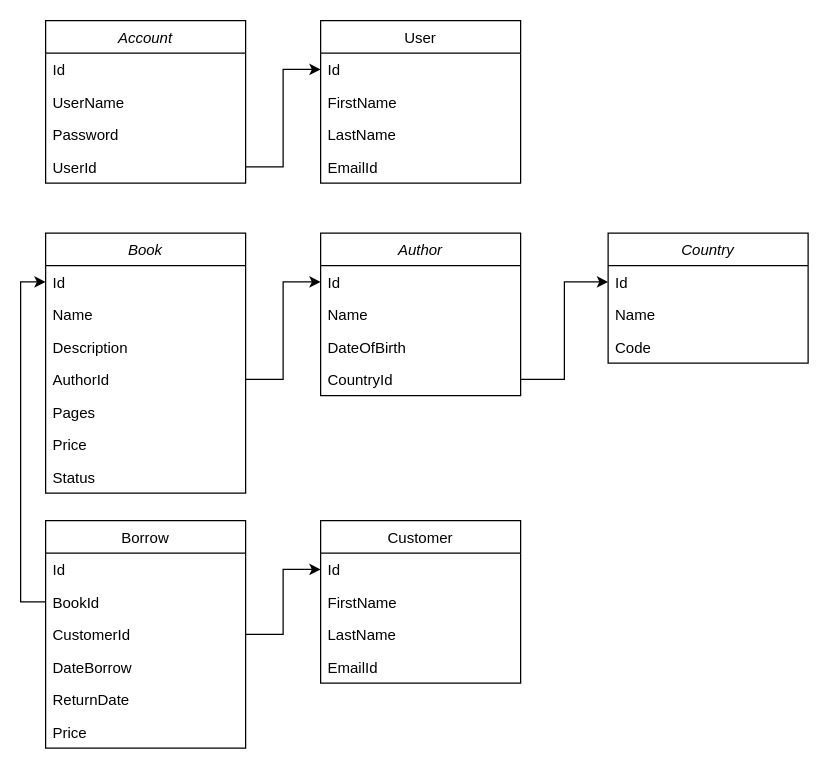
This is API/document/Lib.drawio from DoanNV19/library, a draw.io file, before an edit. Source tidied: cells renumbered, new cells numbered last; positions are measured from the earlier drawing's top-left corner, leaving out a move shared by most shapes. Both pictures are drawn from the tidied source at 125%, with x=0, y=0 at pixel (45, 20).
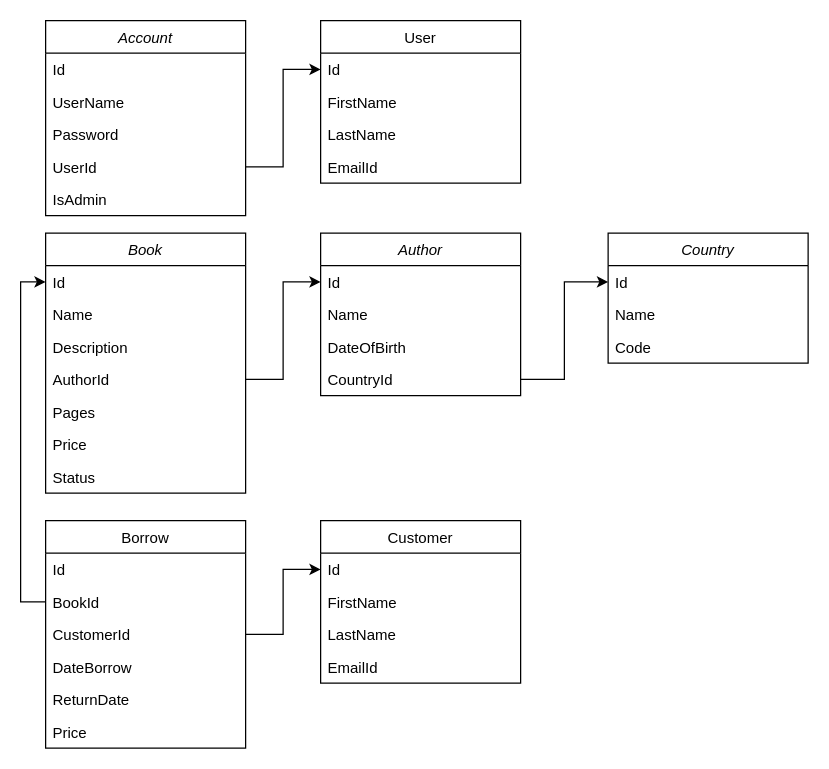
The same page after the edit.

What changed in the source:
```diff
@@
     <mxCell id="2" value="Account" style="swimlane;fontStyle=2;align=center;verticalAlign=top;horizontal=1;startSize=26;rounded=0;shadow=0;strokeWidth=1;" parent="1" vertex="1">
-      <mxGeometry width="160" height="130" as="geometry" />
+      <mxGeometry width="160" height="156" as="geometry" />
     </mxCell>
@@
+    <mxCell id="46" value="IsAdmin" style="text;align=left;verticalAlign=top;spacingLeft=4;spacingRight=4;overflow=hidden;rounded=0;shadow=0;html=0;" parent="2" vertex="1">
+      <mxGeometry y="130" width="160" height="26" as="geometry" />
+    </mxCell>
```
